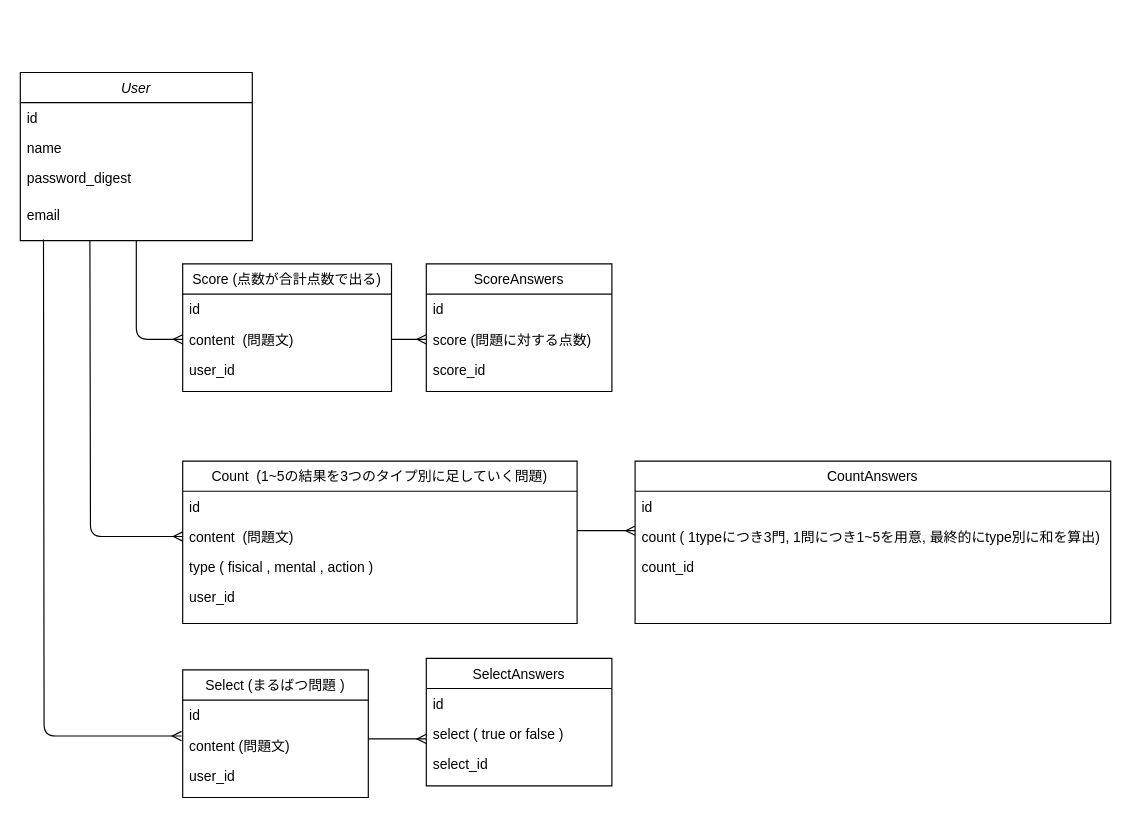
ko-suke1016/IKEMENTAL keeps this draw.io diagram as Untitled Diagram.drawio. Above is the earlier version. Source tidied: cells renumbered, new cells numbered last; positions are measured from the earlier drawing's top-left corner, leaving out a move shared by most shapes. Both pictures are drawn from the tidied source at 116%, with x=0, y=0 at pixel (20, 72).
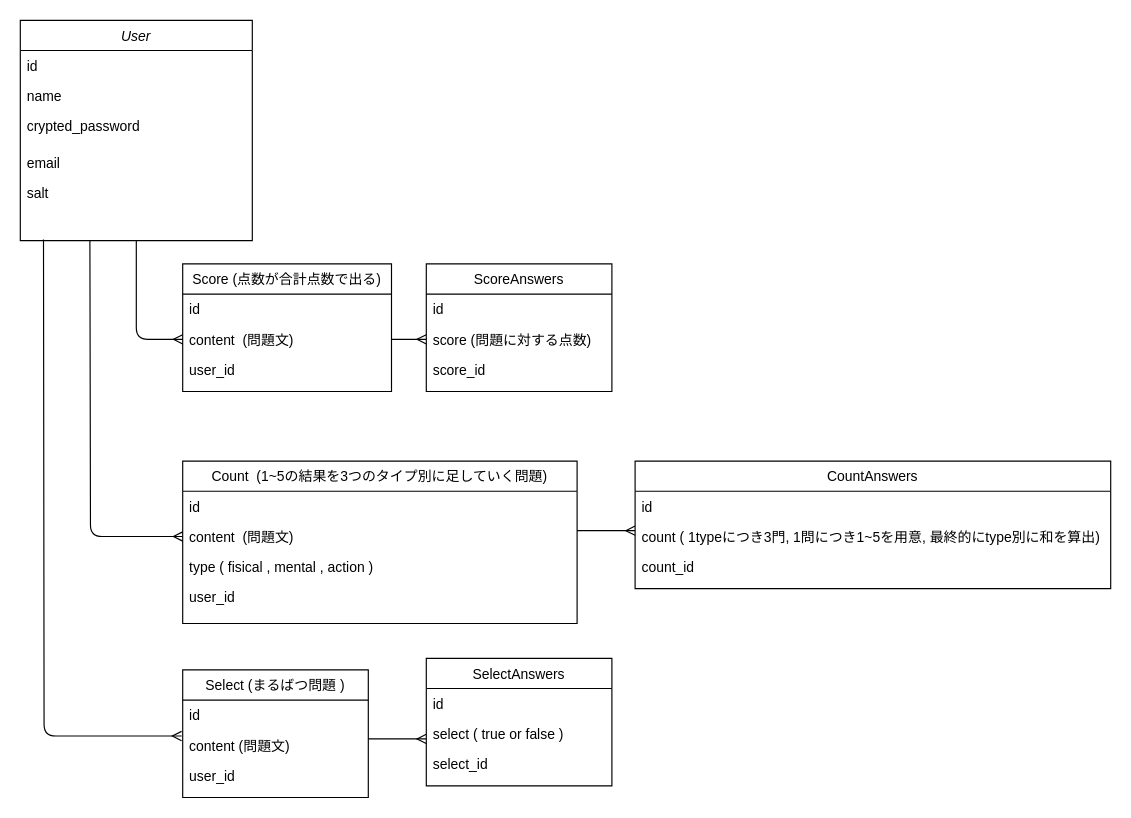
The same diagram, later.

Diff of the diagram source:
```diff
@@
     <mxCell id="2" value="User" style="swimlane;fontStyle=2;align=center;verticalAlign=top;horizontal=1;startSize=26;rounded=0;shadow=0;strokeWidth=1;" parent="1" vertex="1">
-      <mxGeometry width="200" height="145" as="geometry" />
+      <mxGeometry y="-45" width="200" height="190" as="geometry" />
     </mxCell>
@@
-    <mxCell id="5" value="password_digest" style="text;align=left;verticalAlign=top;spacingLeft=4;spacingRight=4;overflow=hidden;rounded=0;shadow=0;html=0;" parent="2" vertex="1">
+    <mxCell id="5" value="crypted_password" style="text;align=left;verticalAlign=top;spacingLeft=4;spacingRight=4;overflow=hidden;rounded=0;shadow=0;html=0;" parent="2" vertex="1">
       <mxGeometry y="78" width="200" height="32" as="geometry" />
     </mxCell>
@@
+    <mxCell id="39" value="salt" style="text;align=left;verticalAlign=top;spacingLeft=4;spacingRight=4;overflow=hidden;rounded=0;shadow=0;html=0;" parent="2" vertex="1">
+      <mxGeometry y="136" width="200" height="26" as="geometry" />
+    </mxCell>
@@
     <mxCell id="26" value="CountAnswers" style="swimlane;fontStyle=0;align=center;verticalAlign=top;horizontal=1;startSize=26;rounded=0;shadow=0;strokeWidth=1;" parent="1" vertex="1">
-      <mxGeometry x="530" y="335" width="410" height="140" as="geometry" />
+      <mxGeometry x="530" y="335" width="410" height="110" as="geometry" />
     </mxCell>
```
